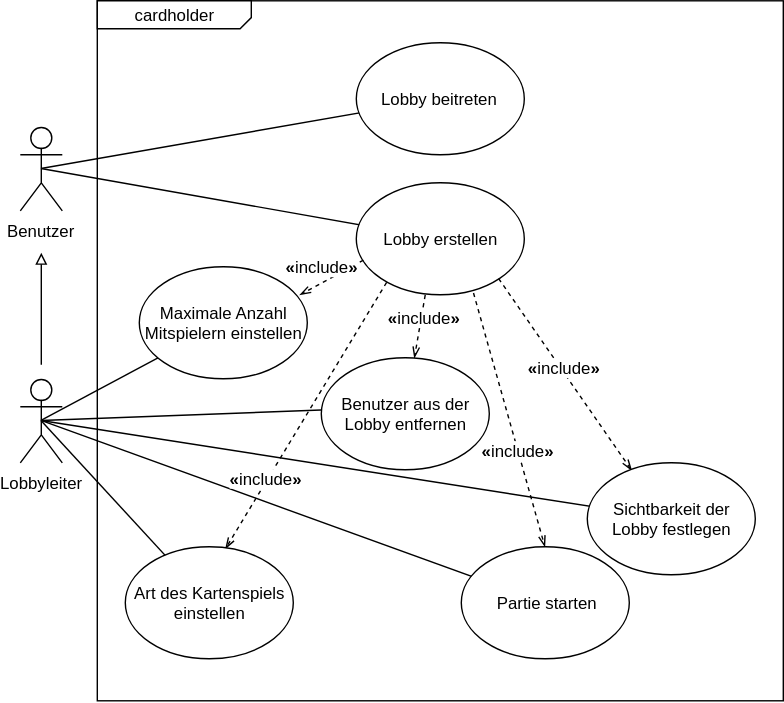
Earlier version of the draw.io export docs/img/ch_usecase.svg (cardholder/docs). Source tidied: cells renumbered, new cells last; positions are measured from the earlier drawing's top-left corner, leaving out a move shared by most shapes.
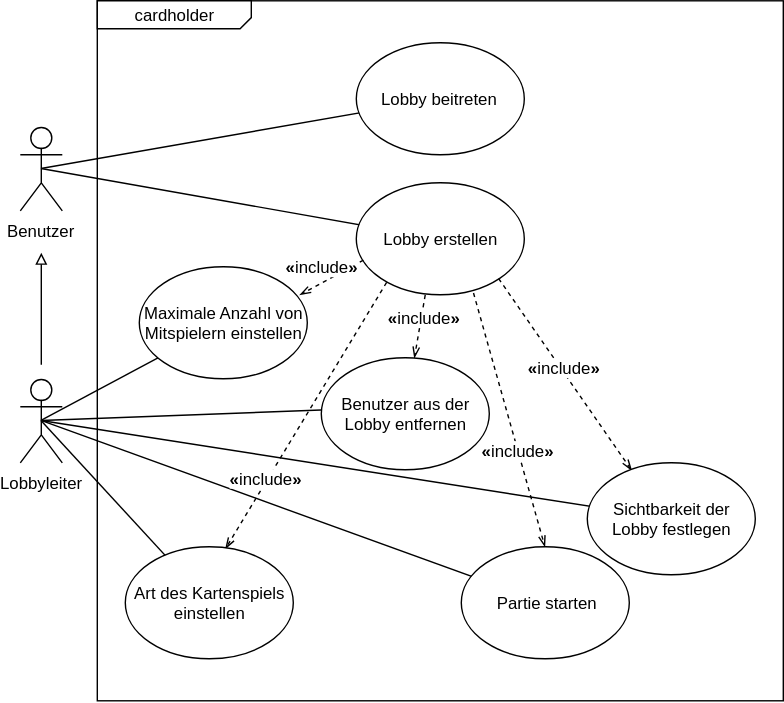
After the commit.

Commit message:
fixed use-case diagram again

What changed in the source:
```diff
@@ -63,7 +63,7 @@
         <mxPoint x="-17" y="-4.5" as="offset" />
       </mxGeometry>
     </mxCell>
-    <mxCell id="20" value="Maximale Anzahl Mitspielern einstellen" style="ellipse;whiteSpace=wrap;html=1;" parent="1" vertex="1">
+    <mxCell id="20" value="Maximale Anzahl von Mitspielern einstellen" style="ellipse;whiteSpace=wrap;html=1;" parent="1" vertex="1">
       <mxGeometry x="85" y="190" width="120" height="80" as="geometry" />
     </mxCell>
     <mxCell id="21" style="edgeStyle=none;rounded=0;jettySize=auto;html=1;entryX=0.268;entryY=0.072;entryDx=0;entryDy=0;dashed=1;endArrow=openThin;endFill=0;strokeColor=#000000;entryPerimeter=0;exitX=1;exitY=1;exitDx=0;exitDy=0;" parent="1" edge="1" source="14" target="23">
```
